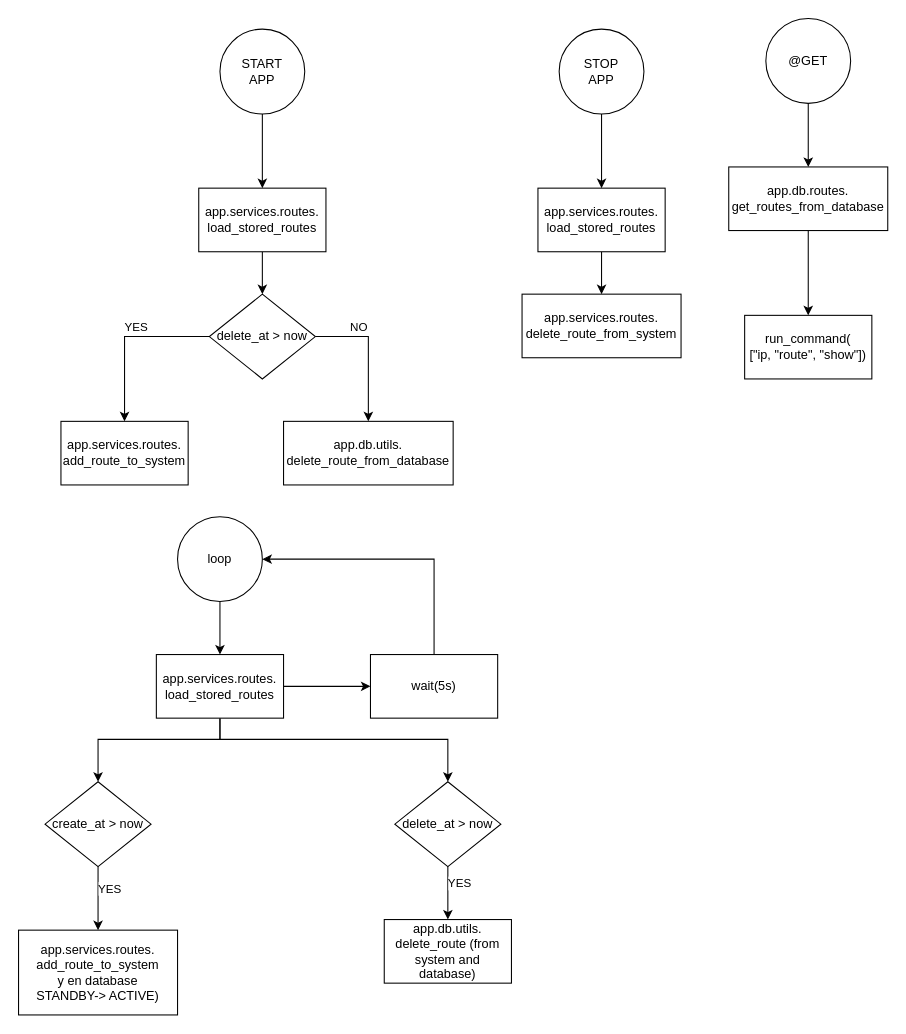
6G-SANDBOX/route-manager-api keeps this draw.io diagram as page "GET" (1 of 5) of app_flow.drawio. Above is the earlier version. Source tidied: cells renumbered, new cells numbered last; positions are measured from the earlier drawing's top-left corner, leaving out a move shared by most shapes. Both pictures are drawn from the tidied source at 106%, with x=0, y=0 at pixel (18, 18).
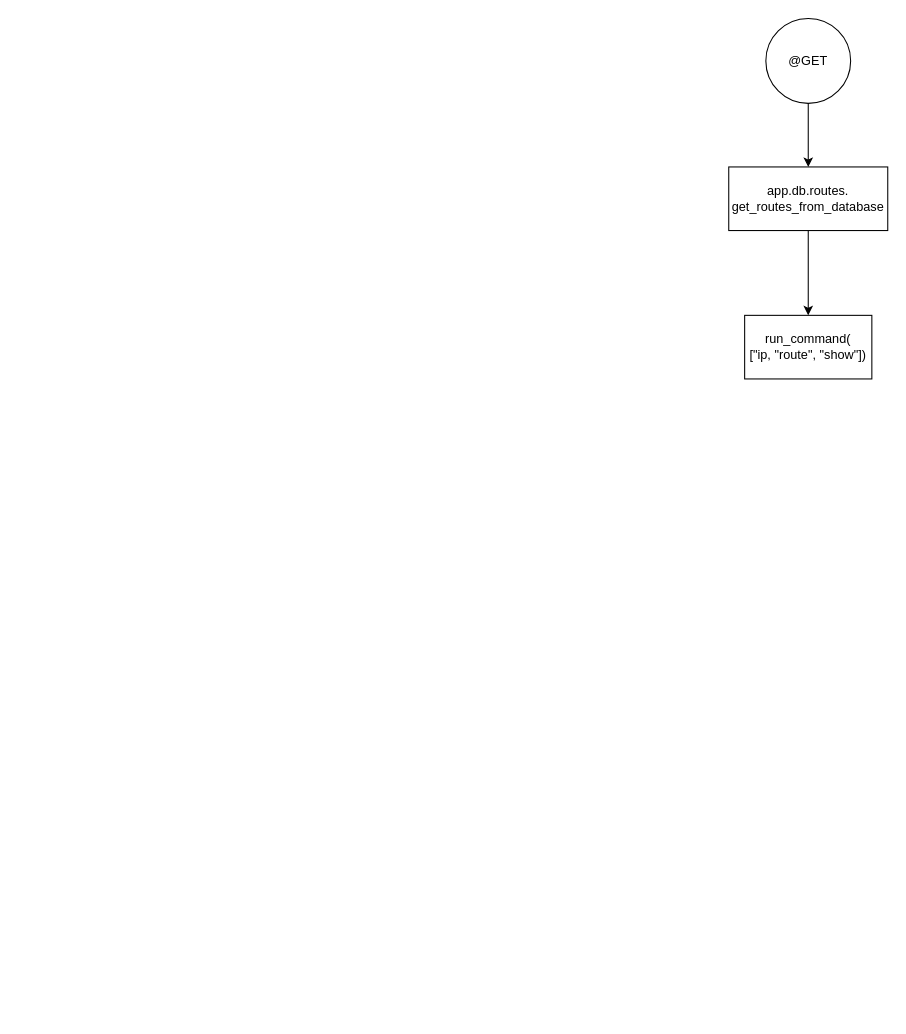
Above is the later version.

What changed in the source:
```diff
@@
-    <mxCell id="6" style="edgeStyle=orthogonalEdgeStyle;rounded=0;jettySize=auto;html=1;" parent="1" edge="1" source="7" target="9">
-      <mxGeometry relative="1" as="geometry" />
-    </mxCell>
-    <mxCell id="7" value="START&lt;div&gt;APP&lt;/div&gt;" style="ellipse;whiteSpace=wrap;html=1;" parent="1" vertex="1">
-      <mxGeometry x="190" y="10" width="80" height="80" as="geometry" />
-    </mxCell>
-    <mxCell id="8" style="edgeStyle=orthogonalEdgeStyle;rounded=0;jettySize=auto;html=1;" parent="1" edge="1" source="9" target="14">
-      <mxGeometry relative="1" as="geometry" />
-    </mxCell>
-    <mxCell id="9" value="app.services.routes.&lt;br&gt;load_stored_routes" style="whiteSpace=wrap;html=1;" parent="1" vertex="1">
-      <mxGeometry x="170" y="160" width="120" height="60" as="geometry" />
-    </mxCell>
-    <mxCell id="10" style="edgeStyle=orthogonalEdgeStyle;rounded=0;jettySize=auto;html=1;" parent="1" edge="1" source="14" target="15">
-      <mxGeometry relative="1" as="geometry" />
-    </mxCell>
-    <mxCell id="11" value="YES" style="edgeLabel;html=1;align=center;verticalAlign=middle;" parent="10" vertex="1">
-      <mxGeometry y="-2" relative="1" as="geometry">
-        <mxPoint x="12" y="-10" as="offset" />
-      </mxGeometry>
-    </mxCell>
-    <mxCell id="12" style="edgeStyle=orthogonalEdgeStyle;rounded=0;jettySize=auto;html=1;exitX=1;exitY=0.5;exitDx=0;exitDy=0;" parent="1" edge="1" source="14" target="16">
-      <mxGeometry relative="1" as="geometry">
-        <Array as="points">
-          <mxPoint x="330" y="300" />
-        </Array>
-      </mxGeometry>
-    </mxCell>
-    <mxCell id="13" value="NO" style="edgeLabel;html=1;align=center;verticalAlign=middle;" parent="12" vertex="1">
-      <mxGeometry x="-0.45" relative="1" as="geometry">
-        <mxPoint x="4" y="-10" as="offset" />
-      </mxGeometry>
-    </mxCell>
-    <mxCell id="14" value="delete_at &amp;gt; now" style="rhombus;whiteSpace=wrap;html=1;" parent="1" vertex="1">
-      <mxGeometry x="180" y="260" width="100" height="80" as="geometry" />
-    </mxCell>
-    <mxCell id="15" value="app.services.routes.&lt;br&gt;add_route_to_system" style="whiteSpace=wrap;html=1;" parent="1" vertex="1">
-      <mxGeometry x="40" y="380" width="120" height="60" as="geometry" />
-    </mxCell>
-    <mxCell id="16" value="app.db.utils.&lt;br&gt;delete_route_from_database" style="whiteSpace=wrap;html=1;" parent="1" vertex="1">
-      <mxGeometry x="250" y="380" width="160" height="60" as="geometry" />
-    </mxCell>
-    <mxCell id="17" style="edgeStyle=orthogonalEdgeStyle;rounded=0;jettySize=auto;html=1;" parent="1" edge="1" source="18" target="20">
-      <mxGeometry relative="1" as="geometry" />
-    </mxCell>
-    <mxCell id="18" value="STOP&lt;div&gt;APP&lt;/div&gt;" style="ellipse;whiteSpace=wrap;html=1;" parent="1" vertex="1">
-      <mxGeometry x="510" y="10" width="80" height="80" as="geometry" />
-    </mxCell>
-    <mxCell id="19" style="edgeStyle=orthogonalEdgeStyle;rounded=0;jettySize=auto;html=1;" parent="1" edge="1" source="20">
-      <mxGeometry relative="1" as="geometry">
-        <mxPoint x="550" y="260" as="targetPoint" />
-      </mxGeometry>
-    </mxCell>
-    <mxCell id="20" value="app.services.routes.&lt;br&gt;load_stored_routes" style="whiteSpace=wrap;html=1;" parent="1" vertex="1">
-      <mxGeometry x="490" y="160" width="120" height="60" as="geometry" />
-    </mxCell>
-    <mxCell id="21" value="app.services.routes.&lt;br&gt;delete_route_from_system" style="whiteSpace=wrap;html=1;" parent="1" vertex="1">
-      <mxGeometry x="475" y="260" width="150" height="60" as="geometry" />
-    </mxCell>
-    <mxCell id="22" style="edgeStyle=orthogonalEdgeStyle;rounded=0;jettySize=auto;html=1;" parent="1" edge="1" source="23" target="27">
-      <mxGeometry relative="1" as="geometry" />
-    </mxCell>
-    <mxCell id="23" value="loop" style="ellipse;whiteSpace=wrap;html=1;" parent="1" vertex="1">
-      <mxGeometry x="150" y="470" width="80" height="80" as="geometry" />
-    </mxCell>
-    <mxCell id="24" style="edgeStyle=orthogonalEdgeStyle;rounded=0;jettySize=auto;html=1;" parent="1" edge="1" source="27" target="30">
-      <mxGeometry relative="1" as="geometry">
-        <Array as="points">
-          <mxPoint x="190" y="680" />
-          <mxPoint x="405" y="680" />
-        </Array>
-      </mxGeometry>
-    </mxCell>
-    <mxCell id="25" style="edgeStyle=orthogonalEdgeStyle;rounded=0;jettySize=auto;html=1;" parent="1" edge="1" source="27" target="33">
-      <mxGeometry relative="1" as="geometry" />
-    </mxCell>
-    <mxCell id="26" style="edgeStyle=orthogonalEdgeStyle;rounded=0;jettySize=auto;html=1;exitX=0.5;exitY=1;exitDx=0;exitDy=0;entryX=0.5;entryY=0;entryDx=0;entryDy=0;" parent="1" edge="1" source="27" target="36">
-      <mxGeometry relative="1" as="geometry">
-        <Array as="points">
-          <mxPoint x="190" y="680" />
-        </Array>
-      </mxGeometry>
-    </mxCell>
-    <mxCell id="27" value="app.services.routes.&lt;br&gt;load_stored_routes" style="whiteSpace=wrap;html=1;" parent="1" vertex="1">
-      <mxGeometry x="130" y="600" width="120" height="60" as="geometry" />
-    </mxCell>
-    <mxCell id="28" style="edgeStyle=orthogonalEdgeStyle;rounded=0;jettySize=auto;html=1;" parent="1" edge="1" source="30" target="31">
-      <mxGeometry relative="1" as="geometry" />
-    </mxCell>
-    <mxCell id="29" value="YES" style="edgeLabel;html=1;align=center;verticalAlign=middle;" parent="28" vertex="1">
-      <mxGeometry y="-2" relative="1" as="geometry">
-        <mxPoint x="12" y="-10" as="offset" />
-      </mxGeometry>
-    </mxCell>
-    <mxCell id="30" value="delete_at &amp;gt; now" style="rhombus;whiteSpace=wrap;html=1;" parent="1" vertex="1">
-      <mxGeometry x="355" y="720" width="100" height="80" as="geometry" />
-    </mxCell>
-    <mxCell id="31" value="app.db.utils.&lt;br&gt;delete_route (from system and database)" style="whiteSpace=wrap;html=1;" parent="1" vertex="1">
-      <mxGeometry x="345" y="850" width="120" height="60" as="geometry" />
-    </mxCell>
-    <mxCell id="32" style="edgeStyle=orthogonalEdgeStyle;rounded=0;jettySize=auto;html=1;exitX=0.5;exitY=0;exitDx=0;exitDy=0;entryX=1;entryY=0.5;entryDx=0;entryDy=0;" parent="1" edge="1" source="33" target="23">
-      <mxGeometry relative="1" as="geometry" />
-    </mxCell>
-    <mxCell id="33" value="wait(5s)" style="rounded=0;whiteSpace=wrap;html=1;" parent="1" vertex="1">
-      <mxGeometry x="332" y="600" width="120" height="60" as="geometry" />
-    </mxCell>
-    <mxCell id="34" style="edgeStyle=orthogonalEdgeStyle;rounded=0;jettySize=auto;html=1;" parent="1" edge="1" source="36" target="37">
-      <mxGeometry relative="1" as="geometry" />
-    </mxCell>
-    <mxCell id="35" value="YES" style="edgeLabel;html=1;align=center;verticalAlign=middle;" parent="34" vertex="1">
-      <mxGeometry y="-2" relative="1" as="geometry">
-        <mxPoint x="12" y="-10" as="offset" />
-      </mxGeometry>
-    </mxCell>
-    <mxCell id="36" value="create_at &amp;gt; now" style="rhombus;whiteSpace=wrap;html=1;" parent="1" vertex="1">
-      <mxGeometry x="25" y="720" width="100" height="80" as="geometry" />
-    </mxCell>
-    <mxCell id="37" value="app.services.routes.&lt;br&gt;add_route_to_system&lt;br&gt;y en database&lt;br&gt;STANDBY-&amp;gt; ACTIVE)" style="whiteSpace=wrap;html=1;" parent="1" vertex="1">
-      <mxGeometry y="860" width="150" height="80" as="geometry" />
-    </mxCell>
```
